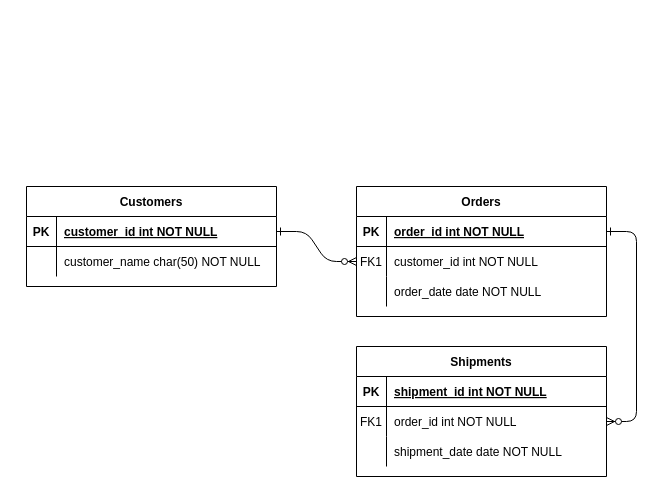
The draw.io diagram Shopping-List-Diagram.drawio in lexicw/shopping-list, before the edit. Source tidied: cells renumbered, new cells numbered last; positions are measured from the earlier drawing's top-left corner, leaving out a move shared by most shapes. Both pictures are drawn from the tidied source at 100%, with x=0, y=0 at pixel (26, 186).
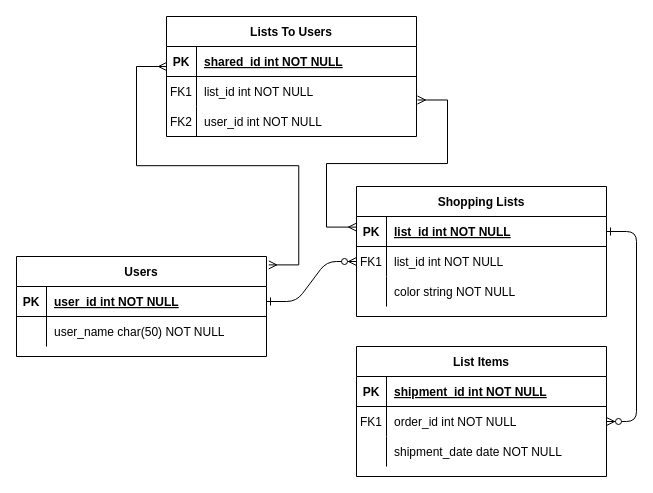
The same diagram, later.

Unchanged cells that the change refers to:
```xml
<mxCell id="5" style="shape=partialRectangle;fillColor=none;points=[[0,0.5],[1,0.5]];portConstraint=eastwest;top=0;left=0;right=0;bottom=1;" parent="4" vertex="1">
  <mxGeometry y="30" width="250" height="30" as="geometry" />
</mxCell>
<mxCell id="8" style="shape=partialRectangle;fillColor=none;points=[[0,0.5],[1,0.5]];portConstraint=eastwest;top=0;left=0;right=0;bottom=0;" parent="4" vertex="1">
  <mxGeometry y="60" width="250" height="30" as="geometry" />
</mxCell>
<mxCell id="11" style="shape=partialRectangle;fillColor=none;top=0;left=0;right=0;bottom=0;" parent="4" vertex="1">
  <mxGeometry y="90" width="250" height="30" as="geometry" />
</mxCell>
<mxCell id="25" style="shape=partialRectangle;fillColor=none;points=[[0,0.5],[1,0.5]];portConstraint=eastwest;top=0;left=0;right=0;bottom=1;" parent="24" vertex="1">
  <mxGeometry y="30" width="250" height="30" as="geometry" />
</mxCell>
<mxCell id="28" style="shape=partialRectangle;fillColor=none;top=0;left=0;right=0;bottom=0;" parent="24" vertex="1">
  <mxGeometry y="60" width="250" height="30" as="geometry" />
</mxCell>
```

What changed in the source:
```diff
@@
-    <mxCell id="4" value="Orders" style="shape=table;startSize=30;childLayout=tableLayout;rowLines=0;fontStyle=1;align=center;" parent="1" vertex="1">
+    <mxCell id="4" value="Shopping Lists" style="shape=table;startSize=30;childLayout=tableLayout;rowLines=0;fontStyle=1;align=center;" parent="1" vertex="1">
       <mxGeometry x="330" width="250" height="130" as="geometry" />
     </mxCell>
@@
-    <mxCell id="7" value="order_id int NOT NULL " style="shape=partialRectangle;overflow=hidden;fillColor=none;top=0;left=0;bottom=0;right=0;align=left;spacingLeft=6;fontStyle=5;" parent="5" vertex="1">
+    <mxCell id="7" value="list_id int NOT NULL" style="shape=partialRectangle;overflow=hidden;fillColor=none;top=0;left=0;bottom=0;right=0;align=left;spacingLeft=6;fontStyle=5;" parent="5" vertex="1">
       <mxGeometry x="30" width="220" height="30" as="geometry" />
     </mxCell>
@@
-    <mxCell id="10" value="customer_id int NOT NULL" style="shape=partialRectangle;overflow=hidden;fillColor=none;top=0;left=0;bottom=0;right=0;align=left;spacingLeft=6;" parent="8" vertex="1">
+    <mxCell id="10" value="list_id int NOT NULL" style="shape=partialRectangle;overflow=hidden;fillColor=none;top=0;left=0;bottom=0;right=0;align=left;spacingLeft=6;" parent="8" vertex="1">
       <mxGeometry x="30" width="220" height="30" as="geometry" />
     </mxCell>
@@
-    <mxCell id="13" value="order_date date NOT NULL" style="shape=partialRectangle;overflow=hidden;fillColor=none;top=0;left=0;bottom=0;right=0;align=left;spacingLeft=6;" parent="11" vertex="1">
+    <mxCell id="13" value="color string NOT NULL" style="shape=partialRectangle;overflow=hidden;fillColor=none;top=0;left=0;bottom=0;right=0;align=left;spacingLeft=6;" parent="11" vertex="1">
       <mxGeometry x="30" width="220" height="30" as="geometry" />
     </mxCell>
-    <mxCell id="14" value="Shipments" style="shape=table;startSize=30;childLayout=tableLayout;rowLines=0;fontStyle=1;align=center;" parent="1" vertex="1">
+    <mxCell id="14" value="List Items" style="shape=table;startSize=30;childLayout=tableLayout;rowLines=0;fontStyle=1;align=center;" parent="1" vertex="1">
       <mxGeometry x="330" y="160" width="250" height="130" as="geometry" />
     </mxCell>
@@
-    <mxCell id="24" value="Customers" style="shape=table;startSize=30;childLayout=tableLayout;rowLines=0;fontStyle=1;align=center;" parent="1" vertex="1">
-      <mxGeometry width="250" height="100" as="geometry" />
+    <mxCell id="24" value="Users" style="shape=table;startSize=30;childLayout=tableLayout;rowLines=0;fontStyle=1;align=center;" parent="1" vertex="1">
+      <mxGeometry x="-10" y="70" width="250" height="100" as="geometry" />
     </mxCell>
@@
-    <mxCell id="27" value="customer_id int NOT NULL " style="shape=partialRectangle;overflow=hidden;fillColor=none;top=0;left=0;bottom=0;right=0;align=left;spacingLeft=6;fontStyle=5;" parent="25" vertex="1">
+    <mxCell id="27" value="user_id int NOT NULL " style="shape=partialRectangle;overflow=hidden;fillColor=none;top=0;left=0;bottom=0;right=0;align=left;spacingLeft=6;fontStyle=5;" parent="25" vertex="1">
       <mxGeometry x="30" width="220" height="30" as="geometry" />
     </mxCell>
@@
-    <mxCell id="30" value="customer_name char(50) NOT NULL" style="shape=partialRectangle;overflow=hidden;fillColor=none;top=0;left=0;bottom=0;right=0;align=left;spacingLeft=6;" parent="28" vertex="1">
+    <mxCell id="30" value="user_name char(50) NOT NULL" style="shape=partialRectangle;overflow=hidden;fillColor=none;top=0;left=0;bottom=0;right=0;align=left;spacingLeft=6;" parent="28" vertex="1">
       <mxGeometry x="30" width="220" height="30" as="geometry" />
     </mxCell>
+    <mxCell id="31" value="Lists To Users" style="shape=table;startSize=30;childLayout=tableLayout;rowLines=0;fontStyle=1;align=center;" parent="1" vertex="1">
+      <mxGeometry x="140" y="-170" width="250" height="120" as="geometry" />
+    </mxCell>
+    <mxCell id="32" style="shape=partialRectangle;fillColor=none;top=0;left=0;right=0;bottom=1;" parent="31" vertex="1">
+      <mxGeometry y="30" width="250" height="30" as="geometry" />
+    </mxCell>
+    <mxCell id="33" value="PK" style="shape=partialRectangle;overflow=hidden;fillColor=none;top=0;left=0;bottom=0;right=0;fontStyle=1;" parent="32" vertex="1">
+      <mxGeometry width="30" height="30" as="geometry" />
+    </mxCell>
+    <mxCell id="34" value="shared_id int NOT NULL" style="shape=partialRectangle;overflow=hidden;fillColor=none;top=0;left=0;bottom=0;right=0;align=left;spacingLeft=6;fontStyle=5;" parent="32" vertex="1">
+      <mxGeometry x="30" width="220" height="30" as="geometry" />
+    </mxCell>
+    <mxCell id="35" style="shape=partialRectangle;fillColor=none;points=[[0,0.5],[1,0.5]];portConstraint=eastwest;top=0;left=0;right=0;bottom=0;" parent="31" vertex="1">
+      <mxGeometry y="60" width="250" height="30" as="geometry" />
+    </mxCell>
+    <mxCell id="36" value="FK1" style="shape=partialRectangle;overflow=hidden;fillColor=none;top=0;left=0;bottom=0;right=0;" parent="35" vertex="1">
+      <mxGeometry width="30" height="30" as="geometry" />
+    </mxCell>
+    <mxCell id="37" value="list_id int NOT NULL" style="shape=partialRectangle;overflow=hidden;fillColor=none;top=0;left=0;bottom=0;right=0;align=left;spacingLeft=6;" parent="35" vertex="1">
+      <mxGeometry x="30" width="220" height="30" as="geometry" />
+    </mxCell>
+    <mxCell id="38" style="shape=partialRectangle;fillColor=none;top=0;left=0;right=0;bottom=0;" parent="31" vertex="1">
+      <mxGeometry y="90" width="250" height="30" as="geometry" />
+    </mxCell>
+    <mxCell id="39" value="FK2" style="shape=partialRectangle;overflow=hidden;fillColor=none;top=0;left=0;bottom=0;right=0;" parent="38" vertex="1">
+      <mxGeometry width="30" height="30" as="geometry" />
+    </mxCell>
+    <mxCell id="40" value="user_id int NOT NULL" style="shape=partialRectangle;overflow=hidden;fillColor=none;top=0;left=0;bottom=0;right=0;align=left;spacingLeft=6;" parent="38" vertex="1">
+      <mxGeometry x="30" width="220" height="30" as="geometry" />
+    </mxCell>
+    <mxCell id="41" style="edgeStyle=entityRelationEdgeStyle;fontSize=12;html=1;endArrow=ERmany;startArrow=ERmany;rounded=0;exitX=1.009;exitY=0.084;exitDx=0;exitDy=0;exitPerimeter=0;" parent="1" edge="1" source="24">
+      <mxGeometry relative="1" as="geometry">
+        <mxPoint x="140" y="-120" as="targetPoint" />
+      </mxGeometry>
+    </mxCell>
+    <mxCell id="42" style="edgeStyle=entityRelationEdgeStyle;fontSize=12;html=1;endArrow=ERmany;startArrow=ERmany;rounded=0;exitX=1.004;exitY=0.783;exitDx=0;exitDy=0;exitPerimeter=0;" parent="1" edge="1" source="35">
+      <mxGeometry relative="1" as="geometry">
+        <mxPoint x="330" y="40.6" as="targetPoint" />
+        <Array as="points">
+          <mxPoint x="340" y="60.6" />
+        </Array>
+      </mxGeometry>
+    </mxCell>
```
